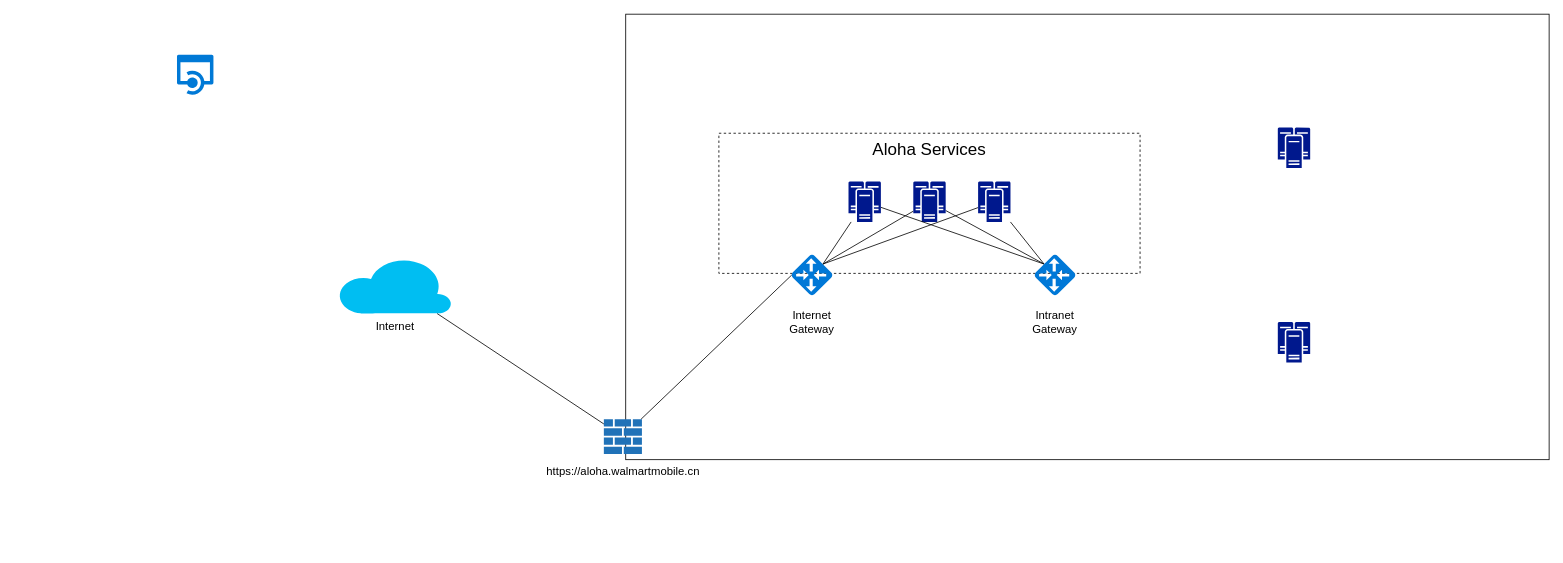
The draw.io diagram work/aloha-network-201909.drawio in FYou/drawIo, before the edit. Source tidied: cells renumbered, new cells numbered last; positions are measured from the earlier drawing's top-left corner, leaving out a move shared by most shapes. Both pictures are drawn from the tidied source at 81%, with x=0, y=0 at pixel (177, 14).
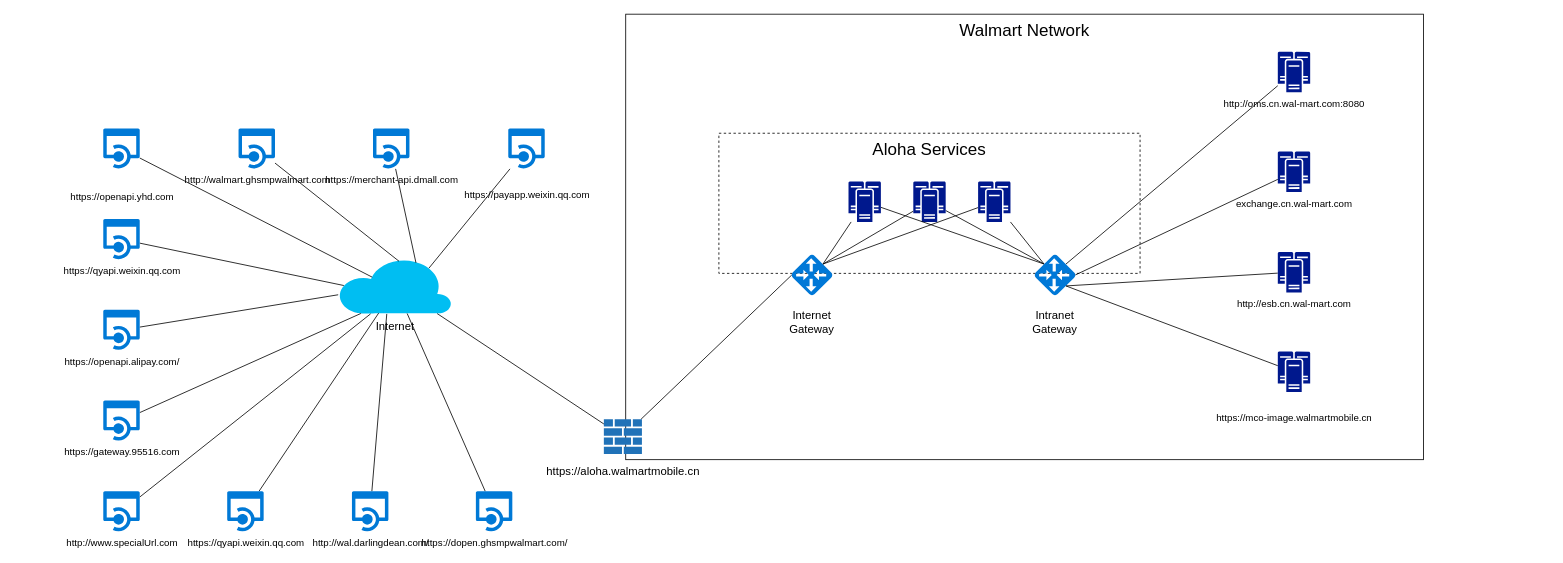
The same page after the edit.

The change refers to these unchanged cells:
```xml
<mxCell id="18" style="shadow=0;dashed=0;html=1;strokeColor=none;labelPosition=center;verticalLabelPosition=bottom;verticalAlign=top;align=center;shape=mxgraph.mscae.deprecated.application_gateway;fillColor=#0078D7;" parent="1" vertex="1">
  <mxGeometry x="1059" y="297" width="50" height="50" as="geometry" />
</mxCell>
<mxCell id="22" value="Internet" style="verticalLabelPosition=bottom;html=1;verticalAlign=top;align=center;strokeColor=none;fillColor=#00BEF2;shape=mxgraph.azure.cloud;fontSize=14;" parent="1" vertex="1">
  <mxGeometry x="199" y="300.5" width="140" height="69" as="geometry" />
</mxCell>
```

The edit, as a diff of the source:
```diff
@@
-    <mxCell id="2" style="rounded=0;whiteSpace=wrap;html=1;fontSize=14;" parent="1" vertex="1">
-      <mxGeometry x="554" width="1140" height="550" as="geometry" />
+    <mxCell id="2" value="Walmart Network" style="rounded=0;whiteSpace=wrap;html=1;fontSize=21;verticalAlign=top;" parent="1" vertex="1">
+      <mxGeometry x="554" width="985" height="550" as="geometry" />
     </mxCell>
@@
+    <mxCell id="25" style="edgeStyle=none;rounded=0;jettySize=auto;html=1;entryX=0.77;entryY=0.77;entryDx=0;entryDy=0;entryPerimeter=0;endArrow=none;endFill=0;" parent="1" edge="1" source="16" target="18">
+      <mxGeometry relative="1" as="geometry" />
+    </mxCell>
-    <mxCell id="16" style="shadow=0;dashed=0;html=1;strokeColor=none;labelPosition=center;verticalLabelPosition=bottom;verticalAlign=top;align=center;shape=mxgraph.mscae.enterprise.cluster_server;fillColor=#00188D;" parent="1" vertex="1">
-      <mxGeometry x="1359" y="380" width="40" height="50" as="geometry" />
+    <mxCell id="16" value="&lt;br&gt;&lt;table border=&quot;0&quot; cellpadding=&quot;0&quot; cellspacing=&quot;0&quot; width=&quot;265&quot; style=&quot;border-collapse: collapse ; width: 199pt&quot;&gt;&lt;tbody&gt;&lt;tr style=&quot;height: 15.75pt&quot;&gt;  &lt;td height=&quot;21&quot; class=&quot;xl65&quot; width=&quot;265&quot; style=&quot;height: 15.75pt ; width: 199pt&quot;&gt;https://mco-image.walmartmobile.cn&lt;/td&gt;&lt;/tr&gt;&lt;/tbody&gt;&lt;/table&gt;" style="shadow=0;dashed=0;html=1;strokeColor=none;labelPosition=center;verticalLabelPosition=bottom;verticalAlign=top;align=center;shape=mxgraph.mscae.enterprise.cluster_server;fillColor=#00188D;horizontal=1;flipV=0;" parent="1" vertex="1">
+      <mxGeometry x="1359" y="416.5" width="40" height="50" as="geometry" />
     </mxCell>
+    <mxCell id="26" style="edgeStyle=none;rounded=0;jettySize=auto;html=1;entryX=1;entryY=0.5;entryDx=0;entryDy=0;entryPerimeter=0;endArrow=none;endFill=0;" parent="1" edge="1" source="17" target="18">
+      <mxGeometry relative="1" as="geometry" />
+    </mxCell>
-    <mxCell id="17" style="shadow=0;dashed=0;html=1;strokeColor=none;labelPosition=center;verticalLabelPosition=bottom;verticalAlign=top;align=center;shape=mxgraph.mscae.enterprise.cluster_server;fillColor=#00188D;" parent="1" vertex="1">
-      <mxGeometry x="1359" y="140" width="40" height="50" as="geometry" />
+    <mxCell id="17" value="exchange.cn.wal-mart.com" style="shadow=0;dashed=0;html=1;strokeColor=none;labelPosition=center;verticalLabelPosition=bottom;verticalAlign=top;align=center;shape=mxgraph.mscae.enterprise.cluster_server;fillColor=#00188D;flipV=0;" parent="1" vertex="1">
+      <mxGeometry x="1359" y="169.5" width="40" height="50" as="geometry" />
     </mxCell>
@@
+    <mxCell id="27" style="edgeStyle=none;rounded=0;jettySize=auto;html=1;entryX=0.8;entryY=0.19;entryDx=0;entryDy=0;entryPerimeter=0;endArrow=none;endFill=0;" parent="1" edge="1" source="24" target="22">
+      <mxGeometry relative="1" as="geometry" />
+    </mxCell>
-    <mxCell id="24" style="shadow=0;dashed=0;html=1;strokeColor=none;labelPosition=center;verticalLabelPosition=bottom;verticalAlign=top;align=center;shape=mxgraph.mscae.cloud.api_app;fillColor=#0079D6;" parent="1" vertex="1">
-      <mxGeometry y="50" width="45" height="50" as="geometry" />
+    <mxCell id="24" value="&lt;table border=&quot;0&quot; cellpadding=&quot;0&quot; cellspacing=&quot;0&quot; width=&quot;265&quot; style=&quot;border-collapse: collapse ; width: 199pt&quot;&gt;&lt;tbody&gt;&lt;tr style=&quot;height: 15.75pt&quot;&gt;&lt;br/&gt;  &lt;td height=&quot;21&quot; class=&quot;xl64&quot; width=&quot;265&quot; style=&quot;height: 15.75pt ; width: 199pt&quot;&gt;https://payapp.weixin.qq.com&lt;/td&gt;&lt;/tr&gt;&lt;/tbody&gt;&lt;/table&gt;" style="shadow=0;dashed=0;html=1;strokeColor=none;labelPosition=center;verticalLabelPosition=bottom;verticalAlign=top;align=center;shape=mxgraph.mscae.cloud.api_app;fillColor=#0079D6;" parent="1" vertex="1">
+      <mxGeometry x="409" y="141" width="45" height="50" as="geometry" />
     </mxCell>
+    <mxCell id="28" style="rounded=0;jettySize=auto;html=1;entryX=0.3;entryY=0.35;entryDx=0;entryDy=0;entryPerimeter=0;endArrow=none;endFill=0;" parent="1" edge="1" source="29" target="22">
+      <mxGeometry relative="1" as="geometry" />
+    </mxCell>
+    <mxCell id="29" value="&lt;table border=&quot;0&quot; cellpadding=&quot;0&quot; cellspacing=&quot;0&quot; width=&quot;265&quot; style=&quot;border-collapse: collapse ; width: 199pt&quot;&gt;&lt;tbody&gt;&lt;tr style=&quot;height: 15.75pt&quot;&gt;&lt;td height=&quot;21&quot; class=&quot;xl64&quot; width=&quot;265&quot; style=&quot;height: 15.75pt ; width: 199pt&quot;&gt;&lt;/td&gt;&lt;/tr&gt;&lt;/tbody&gt;&lt;/table&gt;https://openapi.yhd.com" style="shadow=0;dashed=0;html=1;strokeColor=none;labelPosition=center;verticalLabelPosition=bottom;verticalAlign=top;align=center;shape=mxgraph.mscae.cloud.api_app;fillColor=#0079D6;" parent="1" vertex="1">
+      <mxGeometry x="-91" y="141" width="45" height="50" as="geometry" />
+    </mxCell>
+    <mxCell id="30" style="edgeStyle=none;rounded=0;jettySize=auto;html=1;entryX=0.77;entryY=0.23;entryDx=0;entryDy=0;entryPerimeter=0;endArrow=none;endFill=0;" parent="1" edge="1" source="31" target="18">
+      <mxGeometry relative="1" as="geometry" />
+    </mxCell>
+    <mxCell id="31" value="http://oms.cn.wal-mart.com:8080" style="shadow=0;dashed=0;html=1;strokeColor=none;labelPosition=center;verticalLabelPosition=bottom;verticalAlign=top;align=center;shape=mxgraph.mscae.enterprise.cluster_server;fillColor=#00188D;flipV=0;" parent="1" vertex="1">
+      <mxGeometry x="1359" y="46.5" width="40" height="50" as="geometry" />
+    </mxCell>
+    <mxCell id="32" style="edgeStyle=none;rounded=0;jettySize=auto;html=1;entryX=0.77;entryY=0.77;entryDx=0;entryDy=0;entryPerimeter=0;endArrow=none;endFill=0;" parent="1" edge="1" source="33" target="18">
+      <mxGeometry relative="1" as="geometry" />
+    </mxCell>
+    <mxCell id="33" value="http://esb.cn.wal-mart.com" style="shadow=0;dashed=0;html=1;strokeColor=none;labelPosition=center;verticalLabelPosition=bottom;verticalAlign=top;align=center;shape=mxgraph.mscae.enterprise.cluster_server;fillColor=#00188D;flipV=0;" parent="1" vertex="1">
+      <mxGeometry x="1359" y="293.5" width="40" height="50" as="geometry" />
+    </mxCell>
+    <mxCell id="34" style="edgeStyle=none;rounded=0;jettySize=auto;html=1;entryX=0.05;entryY=0.5;entryDx=0;entryDy=0;entryPerimeter=0;endArrow=none;endFill=0;" parent="1" edge="1" source="35" target="22">
+      <mxGeometry relative="1" as="geometry" />
+    </mxCell>
+    <mxCell id="35" value="https://qyapi.weixin.qq.com" style="shadow=0;dashed=0;html=1;strokeColor=none;labelPosition=center;verticalLabelPosition=bottom;verticalAlign=top;align=center;shape=mxgraph.mscae.cloud.api_app;fillColor=#0079D6;" parent="1" vertex="1">
+      <mxGeometry x="-91" y="253" width="45" height="50" as="geometry" />
+    </mxCell>
+    <mxCell id="36" style="edgeStyle=none;rounded=0;jettySize=auto;html=1;entryX=0.2;entryY=1;entryDx=0;entryDy=0;entryPerimeter=0;endArrow=none;endFill=0;" parent="1" edge="1" source="37" target="22">
+      <mxGeometry relative="1" as="geometry" />
+    </mxCell>
+    <mxCell id="37" value="https://gateway.95516.com" style="shadow=0;dashed=0;html=1;strokeColor=none;labelPosition=center;verticalLabelPosition=bottom;verticalAlign=top;align=center;shape=mxgraph.mscae.cloud.api_app;fillColor=#0079D6;" parent="1" vertex="1">
+      <mxGeometry x="-91" y="477" width="45" height="50" as="geometry" />
+    </mxCell>
+    <mxCell id="38" style="edgeStyle=none;rounded=0;jettySize=auto;html=1;entryX=0.286;entryY=1.007;entryDx=0;entryDy=0;entryPerimeter=0;endArrow=none;endFill=0;" parent="1" edge="1" source="39" target="22">
+      <mxGeometry relative="1" as="geometry" />
+    </mxCell>
+    <mxCell id="39" value="http://www.specialUrl.com" style="shadow=0;dashed=0;html=1;strokeColor=none;labelPosition=center;verticalLabelPosition=bottom;verticalAlign=top;align=center;shape=mxgraph.mscae.cloud.api_app;fillColor=#0079D6;" parent="1" vertex="1">
+      <mxGeometry x="-91" y="589" width="45" height="50" as="geometry" />
+    </mxCell>
+    <mxCell id="40" style="edgeStyle=none;rounded=0;jettySize=auto;html=1;entryX=0.536;entryY=0.065;entryDx=0;entryDy=0;entryPerimeter=0;endArrow=none;endFill=0;" parent="1" edge="1" source="41" target="22">
+      <mxGeometry relative="1" as="geometry" />
+    </mxCell>
+    <mxCell id="41" value="http://walmart.ghsmpwalmart.com" style="shadow=0;dashed=0;html=1;strokeColor=none;labelPosition=center;verticalLabelPosition=bottom;verticalAlign=top;align=center;shape=mxgraph.mscae.cloud.api_app;fillColor=#0079D6;" parent="1" vertex="1">
+      <mxGeometry x="76" y="141" width="45" height="50" as="geometry" />
+    </mxCell>
+    <mxCell id="42" style="edgeStyle=none;rounded=0;jettySize=auto;html=1;endArrow=none;endFill=0;" parent="1" edge="1" source="43" target="22">
+      <mxGeometry relative="1" as="geometry" />
+    </mxCell>
+    <mxCell id="43" value="https://openapi.alipay.com/" style="shadow=0;dashed=0;html=1;strokeColor=none;labelPosition=center;verticalLabelPosition=bottom;verticalAlign=top;align=center;shape=mxgraph.mscae.cloud.api_app;fillColor=#0079D6;" parent="1" vertex="1">
+      <mxGeometry x="-91" y="365" width="45" height="50" as="geometry" />
+    </mxCell>
+    <mxCell id="44" style="edgeStyle=none;rounded=0;jettySize=auto;html=1;entryX=0.357;entryY=0.993;entryDx=0;entryDy=0;entryPerimeter=0;endArrow=none;endFill=0;" parent="1" edge="1" source="45" target="22">
+      <mxGeometry relative="1" as="geometry" />
+    </mxCell>
+    <mxCell id="45" value="https://qyapi.weixin.qq.com" style="shadow=0;dashed=0;html=1;strokeColor=none;labelPosition=center;verticalLabelPosition=bottom;verticalAlign=top;align=center;shape=mxgraph.mscae.cloud.api_app;fillColor=#0079D6;" parent="1" vertex="1">
+      <mxGeometry x="62" y="589" width="45" height="50" as="geometry" />
+    </mxCell>
+    <mxCell id="46" style="edgeStyle=none;rounded=0;jettySize=auto;html=1;entryX=0.686;entryY=0.094;entryDx=0;entryDy=0;entryPerimeter=0;endArrow=none;endFill=0;" parent="1" edge="1" source="47" target="22">
+      <mxGeometry relative="1" as="geometry" />
+    </mxCell>
+    <mxCell id="47" value="https://merchant-api.dmall.com" style="shadow=0;dashed=0;html=1;strokeColor=none;labelPosition=center;verticalLabelPosition=bottom;verticalAlign=top;align=center;shape=mxgraph.mscae.cloud.api_app;fillColor=#0079D6;" parent="1" vertex="1">
+      <mxGeometry x="242" y="141" width="45" height="50" as="geometry" />
+    </mxCell>
+    <mxCell id="48" style="edgeStyle=none;rounded=0;jettySize=auto;html=1;endArrow=none;endFill=0;" parent="1" edge="1" source="49" target="22">
+      <mxGeometry relative="1" as="geometry" />
+    </mxCell>
+    <mxCell id="49" value="https://dopen.ghsmpwalmart.com/" style="shadow=0;dashed=0;html=1;strokeColor=none;labelPosition=center;verticalLabelPosition=bottom;verticalAlign=top;align=center;shape=mxgraph.mscae.cloud.api_app;fillColor=#0079D6;" parent="1" vertex="1">
+      <mxGeometry x="369" y="589" width="45" height="50" as="geometry" />
+    </mxCell>
+    <mxCell id="50" style="edgeStyle=none;rounded=0;jettySize=auto;html=1;endArrow=none;endFill=0;" parent="1" edge="1" source="51">
+      <mxGeometry relative="1" as="geometry">
+        <mxPoint x="259" y="370" as="targetPoint" />
+      </mxGeometry>
+    </mxCell>
+    <mxCell id="51" value="http://wal.darlingdean.com/" style="shadow=0;dashed=0;html=1;strokeColor=none;labelPosition=center;verticalLabelPosition=bottom;verticalAlign=top;align=center;shape=mxgraph.mscae.cloud.api_app;fillColor=#0079D6;" parent="1" vertex="1">
+      <mxGeometry x="216" y="589" width="45" height="50" as="geometry" />
+    </mxCell>
```
